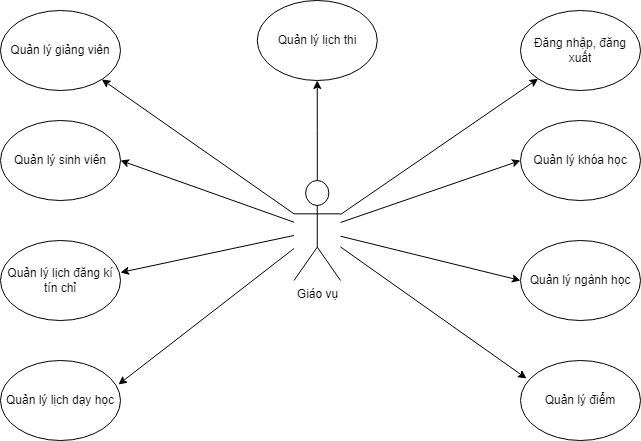
Before: TaiLieu/Sơ đồ gì đó/sơ đồ usecase/GiaoVu.drawio.png, a diagram exported from draw.io (PhamTienThanhCong/Quan-ly-sinh-vien). Source tidied: cells renumbered, new cells last; positions are measured from the earlier drawing's top-left corner, leaving out a move shared by most shapes.
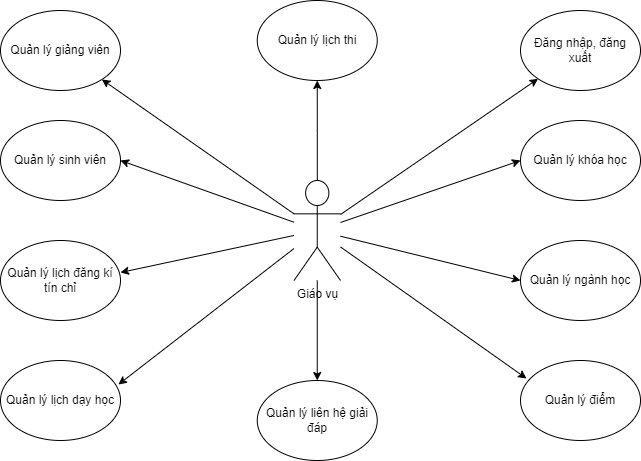
Later version of the same file.

The edit, as a diff of the source:
```diff
@@ -1,10 +1,13 @@
-<mxGraphModel background="#ffffff">
+<mxGraphModel>
   <root>
     <mxCell id="0" />
     <mxCell id="1" parent="0" />
     <mxCell id="2" style="edgeStyle=orthogonalEdgeStyle;rounded=0;jettySize=auto;html=1;" parent="1" edge="1" source="3" target="12">
       <mxGeometry relative="1" as="geometry" />
     </mxCell>
+    <mxCell id="21" style="edgeStyle=none;html=1;fontFamily=Helvetica;fontSize=12;" parent="1" edge="1" source="3" target="22">
+      <mxGeometry relative="1" as="geometry" />
+    </mxCell>
     <mxCell id="3" value="Giáo vụ" style="shape=umlActor;verticalLabelPosition=bottom;verticalAlign=top;html=1;outlineConnect=0;" parent="1" vertex="1">
       <mxGeometry x="293.5" y="180" width="46.5" height="100" as="geometry" />
     </mxCell>
@@ -59,5 +62,8 @@
     <mxCell id="20" style="endArrow=classic;html=1;rounded=0;entryX=0.05;entryY=0.225;entryDx=0;entryDy=0;entryPerimeter=0;" parent="1" edge="1" source="3" target="11">
       <mxGeometry relative="1" as="geometry" />
     </mxCell>
+    <mxCell id="22" value="&lt;span id=&quot;docs-internal-guid-537cddf0-7fff-da7c-63ef-b7de0930db6c&quot;&gt;&lt;span style=&quot;color: rgb(0 , 0 , 0) ; background-color: rgb(255 , 255 , 255) ; vertical-align: baseline&quot;&gt;Quản lý liên hệ giải đáp&lt;/span&gt;&lt;/span&gt;" style="ellipse;whiteSpace=wrap;html=1;" parent="1" vertex="1">
+      <mxGeometry x="256.8" y="380" width="120" height="80" as="geometry" />
+    </mxCell>
   </root>
 </mxGraphModel>
```
